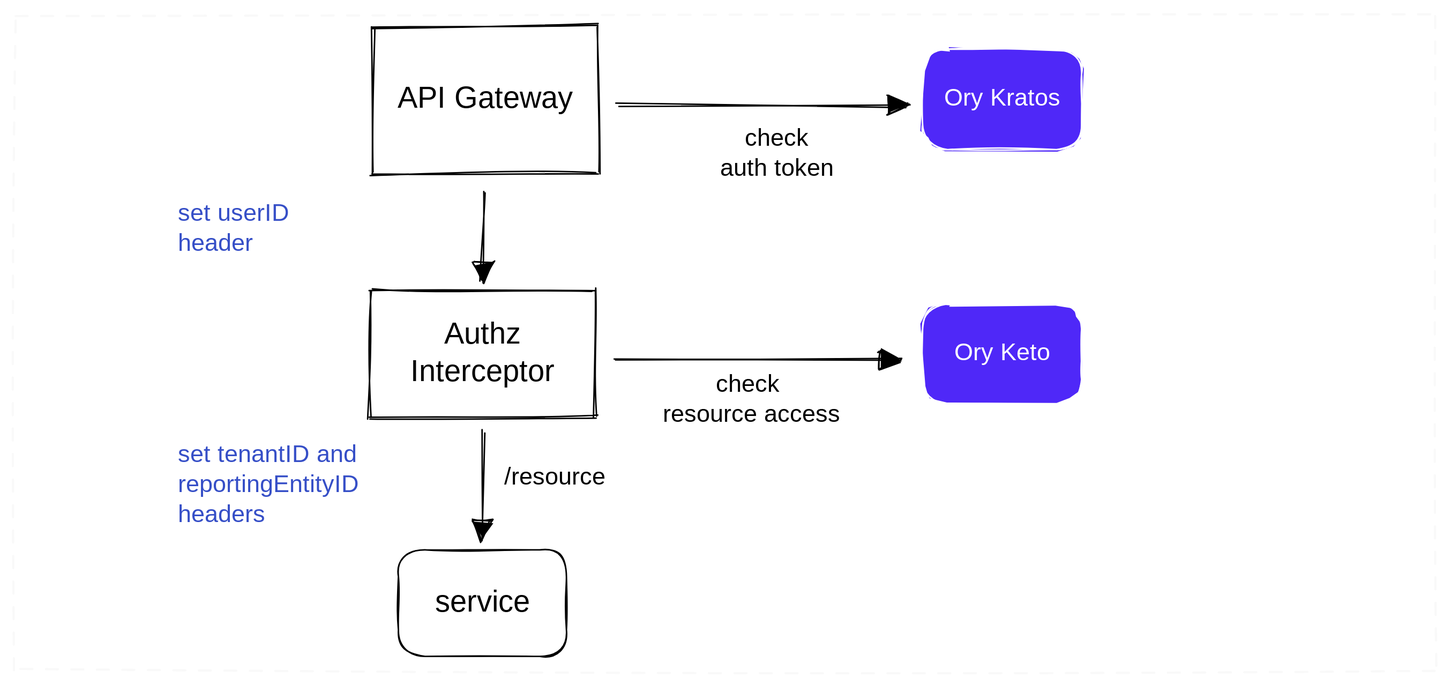
Earlier version of the Excalidraw export .gitbook/assets/file.excalidraw.svg (ticctech/docs). Source tidied: one line per element, renumbered; positions are measured from the earlier drawing's top-left corner, leaving out a move shared by most shapes.
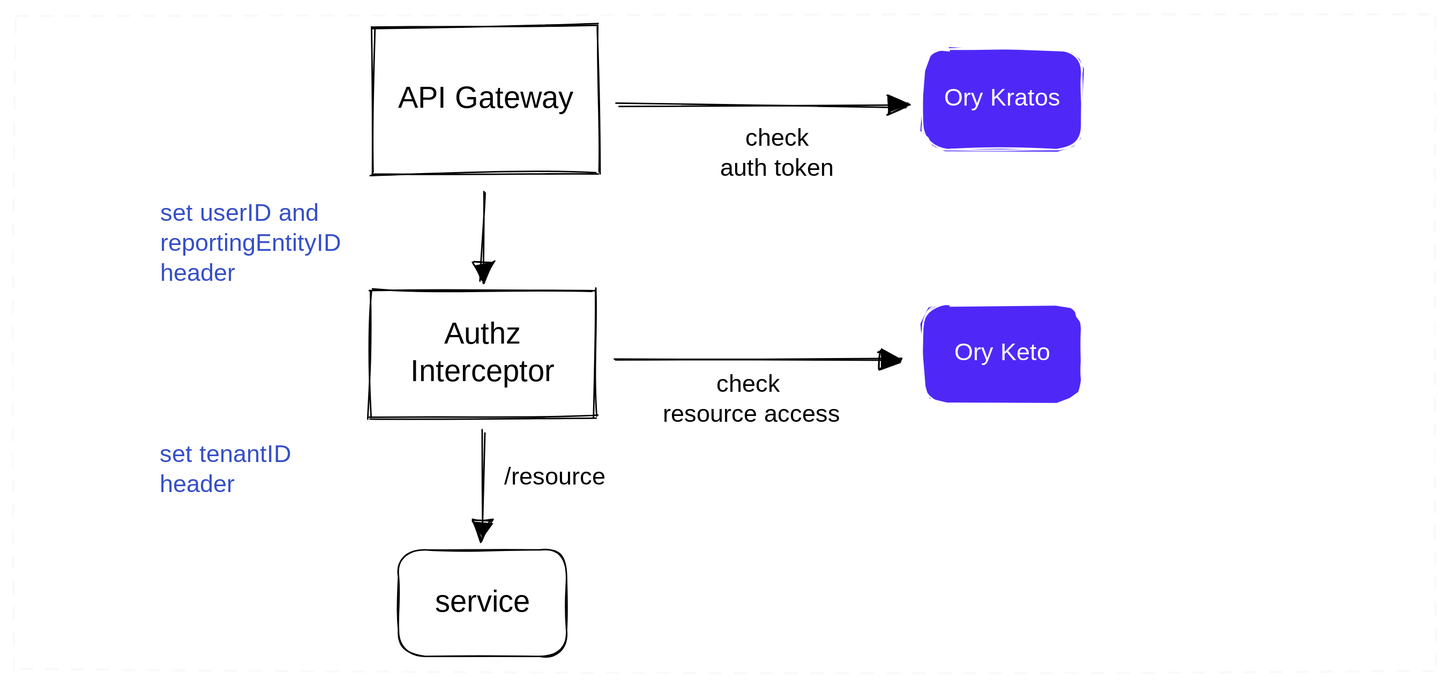
The same file after the commit.

Commit message:
GitBook: [#44] No subject

The edit, as a diff of the source:
```diff
@@ -16,5 +16,5 @@
 {"id": 15, "type": "text", "text": "service", "strokeColor": "#000000", "strokeWidth": 1, "roughness": 1, "fontSize": 20, "fontFamily": 1, "textAlign": "center", "verticalAlign": "middle", "inside": 14, "x": 278, "y": 379, "width": 68, "height": 25}
 {"id": 16, "type": "arrow", "strokeColor": "#000000", "strokeWidth": 1, "roughness": 1, "endArrowhead": "triangle", "from": 7, "to": 14, "x": 312, "y": 277, "width": 1, "height": 72, "points": [[0, 0], [-1, 72]]}
 {"id": 17, "type": "text", "text": "/resource", "strokeColor": "#000000", "backgroundColor": "#4f28f8", "fillStyle": "solid", "strokeWidth": 1, "roughness": 1, "fontSize": 16, "fontFamily": 1, "textAlign": "center", "x": 322, "y": 299, "width": 76, "height": 20}
-{"id": 18, "type": "text", "text": "set tenantID and\nreportingEntityID\nheaders", "strokeColor": "#364fc7", "backgroundColor": "#82c91e", "fillStyle": "solid", "strokeWidth": 1, "roughness": 1, "fontSize": 16, "fontFamily": 1, "x": 109, "y": 284, "width": 144, "height": 60}
+{"id": 18, "type": "text", "text": "set tenantID\nheader", "strokeColor": "#364fc7", "backgroundColor": "#82c91e", "fillStyle": "solid", "strokeWidth": 1, "roughness": 1, "fontSize": 16, "fontFamily": 1, "x": 96, "y": 284, "width": 109, "height": 40}
-{"id": 19, "type": "text", "text": "set userID\nheader", "strokeColor": "#364fc7", "backgroundColor": "#82c91e", "fillStyle": "solid", "strokeWidth": 1, "roughness": 1, "fontSize": 16, "fontFamily": 1, "x": 109, "y": 123, "width": 90, "height": 40}
+{"id": 19, "type": "text", "text": "set userID and\nreportingEntityID\nheader", "strokeColor": "#364fc7", "backgroundColor": "#82c91e", "fillStyle": "solid", "strokeWidth": 1, "roughness": 1, "fontSize": 16, "fontFamily": 1, "x": 96, "y": 123, "width": 137, "height": 60}
```
